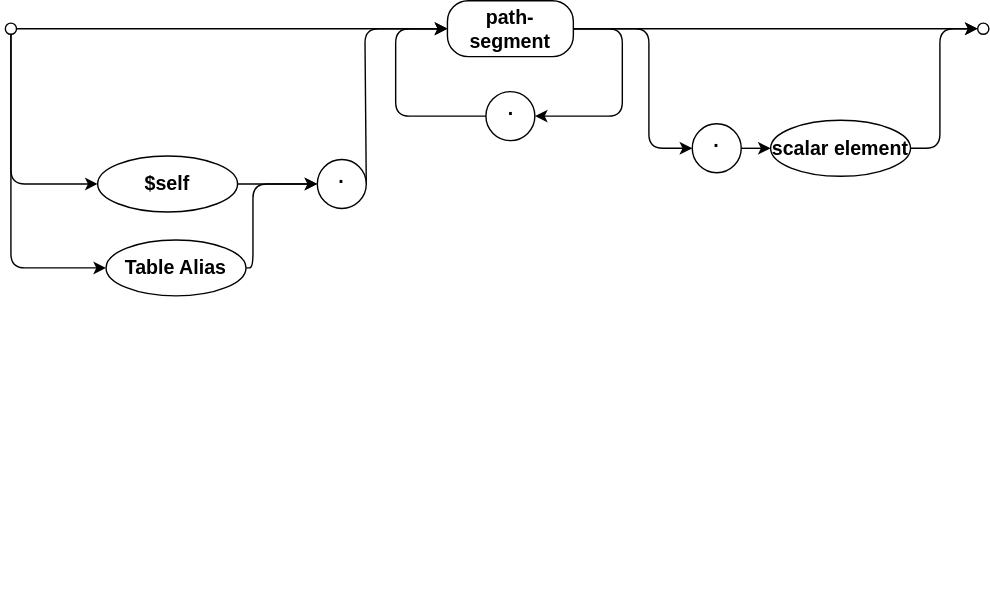
The draw.io diagram assets/cxl/ref.drawio.svg in capire/docs, before a commit. Source tidied: cells renumbered, new cells last; positions are measured from the earlier drawing's top-left corner, leaving out a move shared by most shapes.
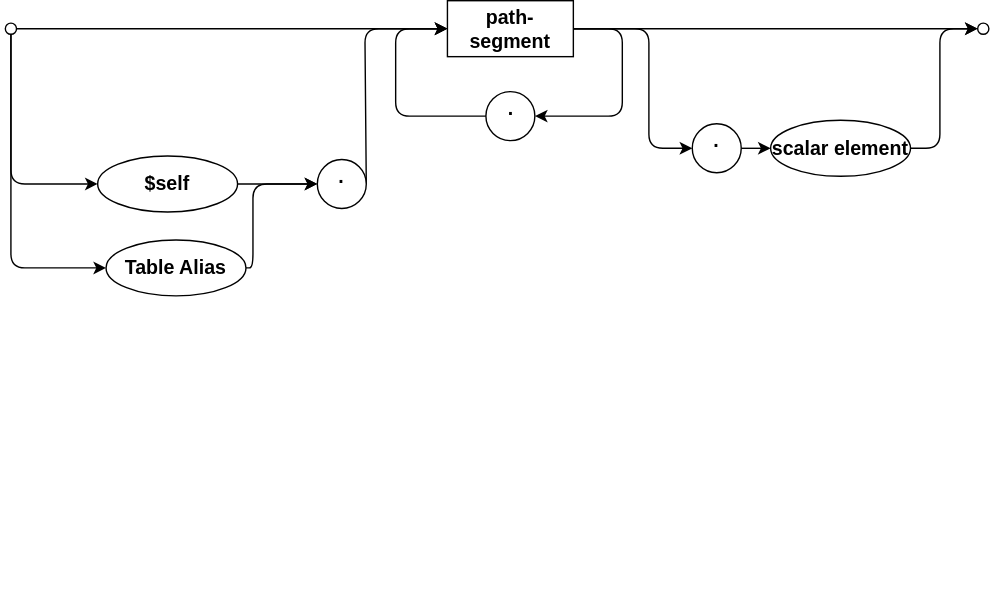
The same diagram one commit later.

What changed in the source:
```diff
@@ -90,7 +90,7 @@
     <mxCell id="21" value="&lt;span style=&quot;color: rgb(0, 0, 0);&quot;&gt;scalar element&lt;/span&gt;" style="ellipse;whiteSpace=wrap;html=1;align=center;newEdgeStyle={&quot;edgeStyle&quot;:&quot;entityRelationEdgeStyle&quot;,&quot;startArrow&quot;:&quot;none&quot;,&quot;endArrow&quot;:&quot;none&quot;,&quot;segment&quot;:10,&quot;curved&quot;:1,&quot;sourcePerimeterSpacing&quot;:0,&quot;targetPerimeterSpacing&quot;:0};strokeWidth=1;fontSize=14;verticalAlign=middle;fontStyle=1;textDirection=ltr;" parent="1" vertex="1">
       <mxGeometry x="547" y="85.5" width="100" height="40" as="geometry" />
     </mxCell>
-    <mxCell id="22" value="path-segment" style="rounded=1;whiteSpace=wrap;html=1;strokeWidth=1;arcSize=37;fontSize=14;verticalAlign=middle;fontStyle=1;textDirection=ltr;" parent="1" vertex="1">
+    <mxCell id="22" value="path-segment" style="rounded=0;whiteSpace=wrap;html=1;strokeWidth=1;arcSize=37;fontSize=14;verticalAlign=middle;fontStyle=1;textDirection=ltr;" parent="1" vertex="1">
       <mxGeometry x="316" width="90" height="40" as="geometry" />
     </mxCell>
     <mxCell id="23" style="edgeStyle=orthogonalEdgeStyle;rounded=1;jettySize=auto;html=1;exitX=0.5;exitY=1;exitDx=0;exitDy=0;entryX=0;entryY=0.5;entryDx=0;entryDy=0;startArrow=none;startFill=0;endArrow=classic;endFill=1;startSize=6;endSize=6;align=center;fontSize=14;labelBackgroundColor=none;strokeWidth=1;verticalAlign=middle;fontStyle=1;textDirection=ltr;" parent="1" edge="1" source="4" target="20">
```
